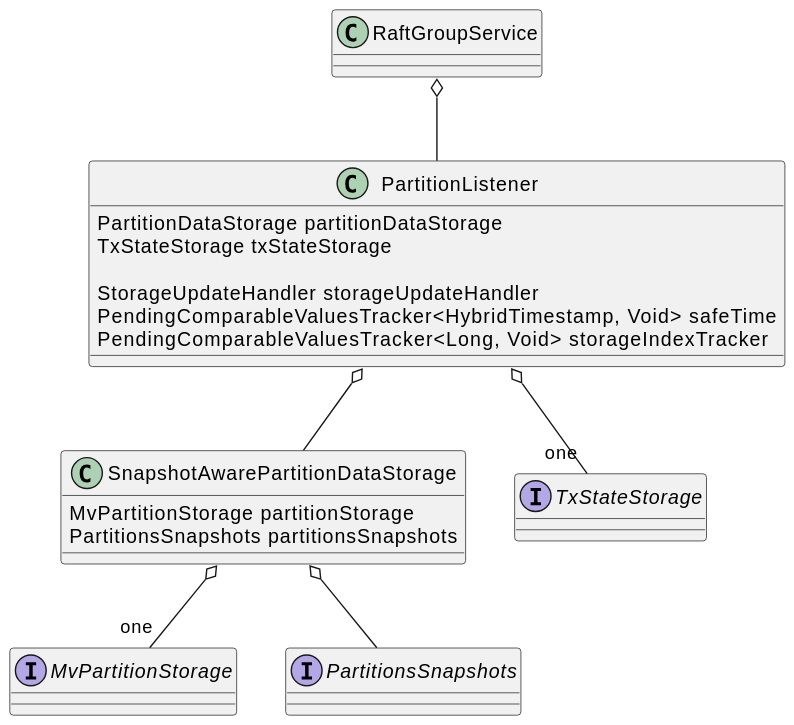
Before: modules/distribution-zones/tech-notes/images/diag1.svg, a diagram exported from PlantUML (gridgain/apache-ignite-3).
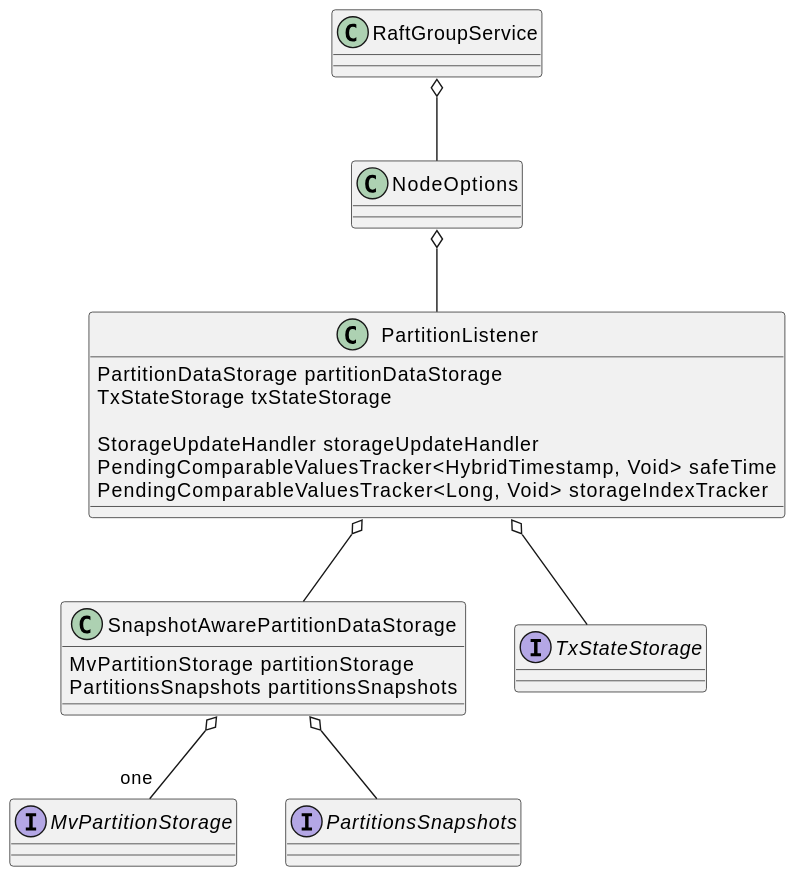
The same file after the commit.

Diff of the diagram source:
```diff
@@ -1,5 +1,6 @@
 @startuml
 
+class NodeOptions
 class RaftGroupService
 class PartitionListener {
   PartitionDataStorage partitionDataStorage
@@ -17,9 +18,10 @@
 interface PartitionsSnapshots
 interface TxStateStorage
 
-RaftGroupService o-- PartitionListener
+RaftGroupService o-- NodeOptions
+NodeOptions o-- PartitionListener
 PartitionListener o-- SnapshotAwarePartitionDataStorage
-PartitionListener o-- "one" TxStateStorage
+PartitionListener o-- TxStateStorage
 
 SnapshotAwarePartitionDataStorage o-- "one" MvPartitionStorage
 SnapshotAwarePartitionDataStorage o-- PartitionsSnapshots
```
